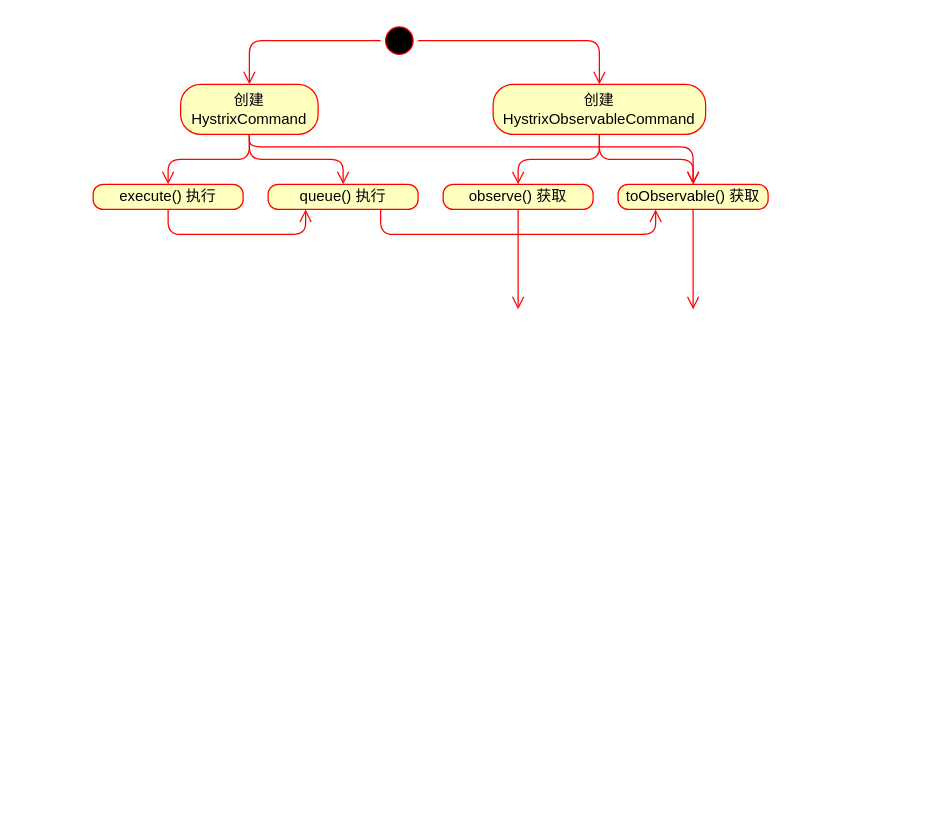
Earlier version of the draw.io diagram Untitled Diagram.drawio (Woobhurk/tyz-pic-repo). Source tidied: cells renumbered, new cells numbered last; positions are measured from the earlier drawing's top-left corner, leaving out a move shared by most shapes. Both pictures are drawn from the tidied source at 125%, with x=0, y=0 at pixel (92, 21).
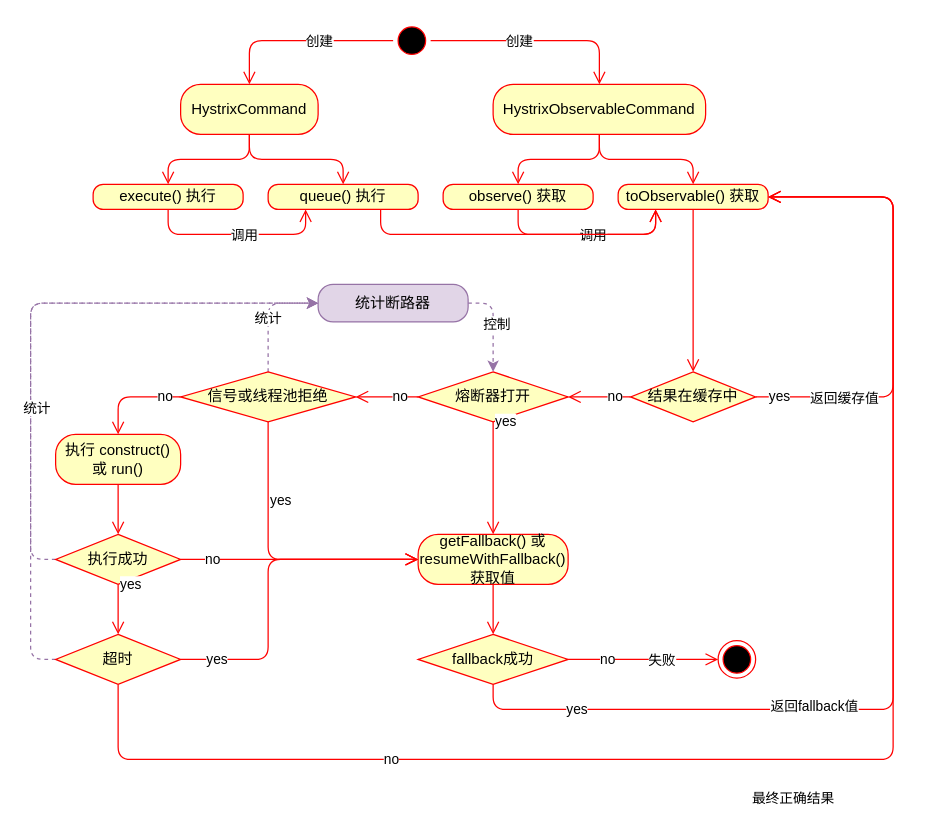
The same diagram, later.

Diff of the diagram source:
```diff
@@
-    <mxCell id="2" style="ellipse;html=1;shape=startState;fillColor=#000000;strokeColor=#ff0000;shadow=0;" parent="1" vertex="1">
-      <mxGeometry x="230" width="30" height="30" as="geometry" />
+    <mxCell id="2" style="ellipse;html=1;shape=startState;fillColor=#000000;strokeColor=#ff0000;shadow=0;verticalAlign=middle;" parent="1" vertex="1">
+      <mxGeometry x="240" width="30" height="30" as="geometry" />
     </mxCell>
-    <mxCell id="3" style="edgeStyle=orthogonalEdgeStyle;html=1;verticalAlign=bottom;endArrow=open;endSize=8;strokeColor=#ff0000;exitX=0;exitY=0.5;exitDx=0;exitDy=0;entryX=0.5;entryY=0;entryDx=0;entryDy=0;shadow=0;" parent="1" edge="1" source="2" target="5">
+    <mxCell id="3" style="edgeStyle=orthogonalEdgeStyle;html=1;verticalAlign=middle;endArrow=open;endSize=8;strokeColor=#ff0000;exitX=0;exitY=0.5;exitDx=0;exitDy=0;entryX=0.5;entryY=0;entryDx=0;entryDy=0;shadow=0;rounded=1;" parent="1" edge="1" source="2" target="5">
       <mxGeometry relative="1" as="geometry" />
     </mxCell>
+    <mxCell id="20" value="创建" style="edgeLabel;html=1;align=center;verticalAlign=middle;" parent="3" vertex="1">
+      <mxGeometry x="0.23" y="-1" relative="1" as="geometry">
+        <mxPoint x="32" y="1" as="offset" />
+      </mxGeometry>
+    </mxCell>
-    <mxCell id="4" style="edgeStyle=orthogonalEdgeStyle;html=1;verticalAlign=bottom;endArrow=open;endSize=8;strokeColor=#ff0000;exitX=1;exitY=0.5;exitDx=0;exitDy=0;entryX=0.5;entryY=0;entryDx=0;entryDy=0;shadow=0;" parent="1" edge="1" source="2" target="7">
+    <mxCell id="4" style="edgeStyle=orthogonalEdgeStyle;html=1;verticalAlign=middle;endArrow=open;endSize=8;strokeColor=#ff0000;exitX=1;exitY=0.5;exitDx=0;exitDy=0;entryX=0.5;entryY=0;entryDx=0;entryDy=0;shadow=0;rounded=1;" parent="1" edge="1" source="2" target="7">
       <mxGeometry relative="1" as="geometry" />
     </mxCell>
+    <mxCell id="21" value="创建" style="edgeLabel;html=1;align=center;verticalAlign=middle;" parent="4" vertex="1">
+      <mxGeometry x="0.08" y="-3" relative="1" as="geometry">
+        <mxPoint x="-22" y="-3" as="offset" />
+      </mxGeometry>
+    </mxCell>
-    <mxCell id="5" value="创建HystrixCommand" style="rounded=1;whiteSpace=wrap;html=1;arcSize=40;fontColor=#000000;fillColor=#ffffc0;strokeColor=#ff0000;shadow=0;" parent="1" vertex="1">
+    <mxCell id="5" value="HystrixCommand" style="rounded=1;whiteSpace=wrap;html=1;arcSize=40;fontColor=#000000;fillColor=#ffffc0;strokeColor=#ff0000;shadow=0;verticalAlign=middle;" parent="1" vertex="1">
       <mxGeometry x="70" y="50" width="110" height="40" as="geometry" />
     </mxCell>
-    <mxCell id="6" style="edgeStyle=orthogonalEdgeStyle;html=1;verticalAlign=bottom;endArrow=open;endSize=8;strokeColor=#ff0000;shadow=0;" parent="1" edge="1" source="5" target="9">
+    <mxCell id="6" style="edgeStyle=orthogonalEdgeStyle;html=1;verticalAlign=middle;endArrow=open;endSize=8;strokeColor=#ff0000;shadow=0;rounded=1;" parent="1" edge="1" source="5" target="9">
       <mxGeometry relative="1" as="geometry" />
     </mxCell>
-    <mxCell id="7" value="创建HystrixObservableCommand" style="rounded=1;whiteSpace=wrap;html=1;arcSize=40;fontColor=#000000;fillColor=#ffffc0;strokeColor=#ff0000;shadow=0;" parent="1" vertex="1">
+    <mxCell id="7" value="HystrixObservableCommand" style="rounded=1;whiteSpace=wrap;html=1;arcSize=40;fontColor=#000000;fillColor=#ffffc0;strokeColor=#ff0000;shadow=0;verticalAlign=middle;" parent="1" vertex="1">
       <mxGeometry x="320" y="50" width="170" height="40" as="geometry" />
     </mxCell>
-    <mxCell id="8" style="edgeStyle=orthogonalEdgeStyle;html=1;verticalAlign=bottom;endArrow=open;endSize=8;strokeColor=#ff0000;shadow=0;entryX=0.5;entryY=0;entryDx=0;entryDy=0;" parent="1" edge="1" source="7" target="14">
+    <mxCell id="8" style="edgeStyle=orthogonalEdgeStyle;html=1;verticalAlign=middle;endArrow=open;endSize=8;strokeColor=#ff0000;shadow=0;entryX=0.5;entryY=0;entryDx=0;entryDy=0;rounded=1;" parent="1" edge="1" source="7" target="14">
       <mxGeometry relative="1" as="geometry" />
     </mxCell>
-    <mxCell id="9" value="execute() 执行" style="rounded=1;whiteSpace=wrap;html=1;arcSize=40;fontColor=#000000;fillColor=#ffffc0;strokeColor=#ff0000;shadow=0;" parent="1" vertex="1">
+    <mxCell id="9" value="execute() 执行" style="rounded=1;whiteSpace=wrap;html=1;arcSize=40;fontColor=#000000;fillColor=#ffffc0;strokeColor=#ff0000;shadow=0;verticalAlign=middle;" parent="1" vertex="1">
       <mxGeometry y="130" width="120" height="20" as="geometry" />
     </mxCell>
-    <mxCell id="10" style="edgeStyle=orthogonalEdgeStyle;html=1;verticalAlign=bottom;endArrow=open;endSize=8;strokeColor=#ff0000;shadow=0;entryX=0.25;entryY=1;entryDx=0;entryDy=0;exitX=0.5;exitY=1;exitDx=0;exitDy=0;" parent="1" edge="1" source="9" target="11">
+    <mxCell id="10" style="edgeStyle=orthogonalEdgeStyle;html=1;verticalAlign=middle;endArrow=open;endSize=8;strokeColor=#ff0000;shadow=0;entryX=0.25;entryY=1;entryDx=0;entryDy=0;exitX=0.5;exitY=1;exitDx=0;exitDy=0;rounded=1;" parent="1" edge="1" source="9" target="11">
       <mxGeometry relative="1" as="geometry">
         <Array as="points">
           <mxPoint x="60" y="170" />
           <mxPoint x="170" y="170" />
         </Array>
       </mxGeometry>
     </mxCell>
+    <mxCell id="22" value="调用" style="edgeLabel;html=1;align=center;verticalAlign=middle;" parent="10" vertex="1">
+      <mxGeometry x="0.21" y="-4" relative="1" as="geometry">
+        <mxPoint x="-11" y="-4" as="offset" />
+      </mxGeometry>
+    </mxCell>
-    <mxCell id="11" value="queue() 执行" style="rounded=1;whiteSpace=wrap;html=1;arcSize=40;fontColor=#000000;fillColor=#ffffc0;strokeColor=#ff0000;shadow=0;" parent="1" vertex="1">
+    <mxCell id="11" value="queue() 执行" style="rounded=1;whiteSpace=wrap;html=1;arcSize=40;fontColor=#000000;fillColor=#ffffc0;strokeColor=#ff0000;shadow=0;verticalAlign=middle;" parent="1" vertex="1">
       <mxGeometry x="140" y="130" width="120" height="20" as="geometry" />
     </mxCell>
-    <mxCell id="12" style="edgeStyle=orthogonalEdgeStyle;html=1;verticalAlign=bottom;endArrow=open;endSize=8;strokeColor=#ff0000;shadow=0;exitX=0.75;exitY=1;exitDx=0;exitDy=0;entryX=0.25;entryY=1;entryDx=0;entryDy=0;" parent="1" edge="1" source="11" target="17">
+    <mxCell id="12" style="edgeStyle=orthogonalEdgeStyle;html=1;verticalAlign=middle;endArrow=open;endSize=8;strokeColor=#ff0000;shadow=0;exitX=0.75;exitY=1;exitDx=0;exitDy=0;entryX=0.25;entryY=1;entryDx=0;entryDy=0;rounded=1;" parent="1" edge="1" source="11" target="17">
       <mxGeometry relative="1" as="geometry">
         <Array as="points">
           <mxPoint x="230" y="170" />
           <mxPoint x="450" y="170" />
         </Array>
       </mxGeometry>
     </mxCell>
+    <mxCell id="23" value="调用" style="edgeLabel;html=1;align=center;verticalAlign=middle;" parent="12" vertex="1">
+      <mxGeometry x="-0.12" y="-2" relative="1" as="geometry">
+        <mxPoint x="75" y="-2" as="offset" />
+      </mxGeometry>
+    </mxCell>
-    <mxCell id="13" style="edgeStyle=orthogonalEdgeStyle;html=1;verticalAlign=bottom;endArrow=open;endSize=8;strokeColor=#ff0000;exitX=0.5;exitY=1;exitDx=0;exitDy=0;entryX=0.5;entryY=0;entryDx=0;entryDy=0;shadow=0;" parent="1" edge="1" source="5" target="11">
+    <mxCell id="13" style="edgeStyle=orthogonalEdgeStyle;html=1;verticalAlign=middle;endArrow=open;endSize=8;strokeColor=#ff0000;exitX=0.5;exitY=1;exitDx=0;exitDy=0;entryX=0.5;entryY=0;entryDx=0;entryDy=0;shadow=0;rounded=1;" parent="1" edge="1" source="5" target="11">
       <mxGeometry relative="1" as="geometry" />
     </mxCell>
-    <mxCell id="14" value="observe() 获取" style="rounded=1;whiteSpace=wrap;html=1;arcSize=40;fontColor=#000000;fillColor=#ffffc0;strokeColor=#ff0000;shadow=0;" parent="1" vertex="1">
+    <mxCell id="14" value="observe() 获取" style="rounded=1;whiteSpace=wrap;html=1;arcSize=40;fontColor=#000000;fillColor=#ffffc0;strokeColor=#ff0000;shadow=0;verticalAlign=middle;" parent="1" vertex="1">
       <mxGeometry x="280" y="130" width="120" height="20" as="geometry" />
     </mxCell>
-    <mxCell id="15" style="edgeStyle=orthogonalEdgeStyle;html=1;verticalAlign=bottom;endArrow=open;endSize=8;strokeColor=#ff0000;shadow=0;" parent="1" edge="1" source="14">
+    <mxCell id="15" style="edgeStyle=orthogonalEdgeStyle;html=1;verticalAlign=middle;endArrow=open;endSize=8;strokeColor=#ff0000;shadow=0;entryX=0.25;entryY=1;entryDx=0;entryDy=0;exitX=0.5;exitY=1;exitDx=0;exitDy=0;rounded=1;" parent="1" edge="1" source="14" target="17">
       <mxGeometry relative="1" as="geometry">
-        <mxPoint x="340" y="230" as="targetPoint" />
+        <Array as="points">
+          <mxPoint x="340" y="170" />
+          <mxPoint x="450" y="170" />
+        </Array>
       </mxGeometry>
     </mxCell>
-    <mxCell id="16" style="edgeStyle=orthogonalEdgeStyle;html=1;verticalAlign=bottom;endArrow=open;endSize=8;strokeColor=#ff0000;shadow=0;exitX=0.5;exitY=1;exitDx=0;exitDy=0;entryX=0.5;entryY=0;entryDx=0;entryDy=0;" parent="1" edge="1" source="7" target="17">
+    <mxCell id="16" style="edgeStyle=orthogonalEdgeStyle;html=1;verticalAlign=middle;endArrow=open;endSize=8;strokeColor=#ff0000;shadow=0;exitX=0.5;exitY=1;exitDx=0;exitDy=0;entryX=0.5;entryY=0;entryDx=0;entryDy=0;rounded=1;" parent="1" edge="1" source="7" target="17">
       <mxGeometry relative="1" as="geometry" />
     </mxCell>
-    <mxCell id="17" value="toObservable() 获取" style="rounded=1;whiteSpace=wrap;html=1;arcSize=40;fontColor=#000000;fillColor=#ffffc0;strokeColor=#ff0000;shadow=0;" parent="1" vertex="1">
+    <mxCell id="17" value="toObservable() 获取" style="rounded=1;whiteSpace=wrap;html=1;arcSize=40;fontColor=#000000;fillColor=#ffffc0;strokeColor=#ff0000;shadow=0;verticalAlign=middle;" parent="1" vertex="1">
       <mxGeometry x="420" y="130" width="120" height="20" as="geometry" />
     </mxCell>
-    <mxCell id="18" style="edgeStyle=orthogonalEdgeStyle;html=1;verticalAlign=bottom;endArrow=open;endSize=8;strokeColor=#ff0000;shadow=0;" parent="1" edge="1" source="17">
-      <mxGeometry relative="1" as="geometry">
-        <mxPoint x="480" y="230" as="targetPoint" />
-      </mxGeometry>
+    <mxCell id="18" style="edgeStyle=orthogonalEdgeStyle;html=1;verticalAlign=middle;endArrow=open;endSize=8;strokeColor=#ff0000;shadow=0;entryX=0.5;entryY=0;entryDx=0;entryDy=0;rounded=1;" parent="1" edge="1" source="17" target="24">
+      <mxGeometry relative="1" as="geometry" />
     </mxCell>
-    <mxCell id="19" style="edgeStyle=orthogonalEdgeStyle;html=1;verticalAlign=bottom;endArrow=open;endSize=8;strokeColor=#ff0000;exitX=0.5;exitY=1;exitDx=0;exitDy=0;entryX=0.5;entryY=0;entryDx=0;entryDy=0;shadow=0;" parent="1" edge="1" source="5" target="17">
-      <mxGeometry relative="1" as="geometry">
-        <Array as="points">
-          <mxPoint x="125" y="100" />
-          <mxPoint x="480" y="100" />
-        </Array>
-      </mxGeometry>
-    </mxCell>
+    <mxCell id="24" value="结果在缓存中" style="rhombus;whiteSpace=wrap;html=1;fillColor=#ffffc0;strokeColor=#ff0000;shadow=0;verticalAlign=middle;" parent="1" vertex="1">
+      <mxGeometry x="430" y="280" width="100" height="40" as="geometry" />
+    </mxCell>
+    <mxCell id="25" value="no" style="edgeStyle=orthogonalEdgeStyle;html=1;align=left;verticalAlign=middle;endArrow=open;endSize=8;strokeColor=#ff0000;shadow=0;exitX=0;exitY=0.5;exitDx=0;exitDy=0;entryX=1;entryY=0.5;entryDx=0;entryDy=0;rounded=1;" parent="1" edge="1" source="24" target="28">
+      <mxGeometry x="-0.2" relative="1" as="geometry" />
+    </mxCell>
+    <mxCell id="26" value="yes" style="edgeStyle=orthogonalEdgeStyle;html=1;align=left;verticalAlign=middle;endArrow=open;endSize=8;strokeColor=#ff0000;shadow=0;exitX=1;exitY=0.5;exitDx=0;exitDy=0;entryX=1;entryY=0.5;entryDx=0;entryDy=0;rounded=1;" parent="1" edge="1" source="24" target="17">
+      <mxGeometry x="-0.95" relative="1" as="geometry">
+        <Array as="points">
+          <mxPoint x="640" y="300" />
+          <mxPoint x="640" y="140" />
+        </Array>
+      </mxGeometry>
+    </mxCell>
+    <mxCell id="27" value="返回缓存值" style="edgeLabel;html=1;align=center;verticalAlign=middle;" parent="26" vertex="1">
+      <mxGeometry x="-0.42" y="-2" relative="1" as="geometry">
+        <mxPoint x="-37" y="-2" as="offset" />
+      </mxGeometry>
+    </mxCell>
+    <mxCell id="28" value="熔断器打开" style="rhombus;whiteSpace=wrap;html=1;fillColor=#ffffc0;strokeColor=#ff0000;shadow=0;verticalAlign=middle;" parent="1" vertex="1">
+      <mxGeometry x="260" y="280" width="120" height="40" as="geometry" />
+    </mxCell>
+    <mxCell id="29" value="no" style="edgeStyle=orthogonalEdgeStyle;html=1;align=left;verticalAlign=middle;endArrow=open;endSize=8;strokeColor=#ff0000;shadow=0;exitX=0;exitY=0.5;exitDx=0;exitDy=0;entryX=1;entryY=0.5;entryDx=0;entryDy=0;rounded=1;" parent="1" edge="1" source="28" target="40">
+      <mxGeometry x="-0.11" relative="1" as="geometry" />
+    </mxCell>
+    <mxCell id="30" value="yes" style="edgeStyle=orthogonalEdgeStyle;html=1;align=left;verticalAlign=middle;endArrow=open;endSize=8;strokeColor=#ff0000;shadow=0;exitX=0.5;exitY=1;exitDx=0;exitDy=0;entryX=0.5;entryY=0;entryDx=0;entryDy=0;rounded=1;" parent="1" edge="1" source="28" target="31">
+      <mxGeometry x="-1" relative="1" as="geometry" />
+    </mxCell>
+    <mxCell id="31" value="getFallback() 或 resumeWithFallback() 获取值" style="rounded=1;whiteSpace=wrap;html=1;arcSize=40;fontColor=#000000;fillColor=#ffffc0;strokeColor=#ff0000;shadow=0;verticalAlign=middle;" parent="1" vertex="1">
+      <mxGeometry x="260" y="410" width="120" height="40" as="geometry" />
+    </mxCell>
+    <mxCell id="32" style="edgeStyle=orthogonalEdgeStyle;html=1;verticalAlign=middle;endArrow=open;endSize=8;strokeColor=#ff0000;shadow=0;entryX=0.5;entryY=0;entryDx=0;entryDy=0;rounded=1;" parent="1" edge="1" source="31" target="33">
+      <mxGeometry relative="1" as="geometry" />
+    </mxCell>
+    <mxCell id="33" value="fallback成功" style="rhombus;whiteSpace=wrap;html=1;fillColor=#ffffc0;strokeColor=#ff0000;shadow=0;verticalAlign=middle;" parent="1" vertex="1">
+      <mxGeometry x="260" y="490" width="120" height="40" as="geometry" />
+    </mxCell>
+    <mxCell id="34" value="no" style="edgeStyle=orthogonalEdgeStyle;html=1;align=left;verticalAlign=middle;endArrow=open;endSize=8;strokeColor=#ff0000;shadow=0;entryX=0;entryY=0.5;entryDx=0;entryDy=0;rounded=1;" parent="1" edge="1" source="33" target="55">
+      <mxGeometry x="-0.6" relative="1" as="geometry" />
+    </mxCell>
+    <mxCell id="35" value="失败" style="edgeLabel;html=1;align=center;verticalAlign=middle;" parent="34" vertex="1">
+      <mxGeometry x="0.23" relative="1" as="geometry" />
+    </mxCell>
+    <mxCell id="36" value="yes" style="edgeStyle=orthogonalEdgeStyle;html=1;align=left;verticalAlign=middle;endArrow=open;endSize=8;strokeColor=#ff0000;shadow=0;entryX=1;entryY=0.5;entryDx=0;entryDy=0;exitX=0.5;exitY=1;exitDx=0;exitDy=0;rounded=1;" parent="1" edge="1" source="33" target="17">
+      <mxGeometry x="-0.82" relative="1" as="geometry">
+        <Array as="points">
+          <mxPoint x="320" y="550" />
+          <mxPoint x="640" y="550" />
+          <mxPoint x="640" y="140" />
+        </Array>
+      </mxGeometry>
+    </mxCell>
+    <mxCell id="37" value="返回fallback值" style="edgeLabel;html=1;align=center;verticalAlign=middle;" parent="36" vertex="1">
+      <mxGeometry x="-0.35" y="3" relative="1" as="geometry" />
+    </mxCell>
+    <mxCell id="38" style="edgeStyle=orthogonalEdgeStyle;jettySize=auto;html=1;exitX=0.5;exitY=0;exitDx=0;exitDy=0;entryX=0;entryY=0.5;entryDx=0;entryDy=0;shadow=0;dashed=1;verticalAlign=middle;strokeColor=#9673a6;fillColor=#e1d5e7;rounded=1;" parent="1" edge="1" source="40" target="58">
+      <mxGeometry relative="1" as="geometry" />
+    </mxCell>
+    <mxCell id="39" value="统计" style="edgeLabel;html=1;align=center;verticalAlign=middle;" parent="38" vertex="1">
+      <mxGeometry x="-0.08" y="1" relative="1" as="geometry" />
+    </mxCell>
+    <mxCell id="40" value="信号或线程池拒绝" style="rhombus;whiteSpace=wrap;html=1;fillColor=#ffffc0;strokeColor=#ff0000;shadow=0;verticalAlign=middle;" parent="1" vertex="1">
+      <mxGeometry x="70" y="280" width="140" height="40" as="geometry" />
+    </mxCell>
+    <mxCell id="41" value="no" style="edgeStyle=orthogonalEdgeStyle;html=1;align=left;verticalAlign=middle;endArrow=open;endSize=8;strokeColor=#ff0000;shadow=0;exitX=0;exitY=0.5;exitDx=0;exitDy=0;entryX=0.5;entryY=0;entryDx=0;entryDy=0;rounded=1;" parent="1" edge="1" source="40" target="43">
+      <mxGeometry x="-0.5" relative="1" as="geometry" />
+    </mxCell>
+    <mxCell id="42" value="yes" style="edgeStyle=orthogonalEdgeStyle;html=1;align=left;verticalAlign=middle;endArrow=open;endSize=8;strokeColor=#ff0000;shadow=0;entryX=0;entryY=0.5;entryDx=0;entryDy=0;exitX=0.5;exitY=1;exitDx=0;exitDy=0;rounded=1;" parent="1" edge="1" source="40" target="31">
+      <mxGeometry x="-0.45" relative="1" as="geometry">
+        <Array as="points">
+          <mxPoint x="140" y="430" />
+        </Array>
+      </mxGeometry>
+    </mxCell>
+    <mxCell id="43" value="执行 construct() 或 run()" style="rounded=1;whiteSpace=wrap;html=1;arcSize=40;fontColor=#000000;fillColor=#ffffc0;strokeColor=#ff0000;shadow=0;verticalAlign=middle;" parent="1" vertex="1">
+      <mxGeometry x="-30" y="330" width="100" height="40" as="geometry" />
+    </mxCell>
+    <mxCell id="44" style="edgeStyle=orthogonalEdgeStyle;html=1;verticalAlign=middle;endArrow=open;endSize=8;strokeColor=#ff0000;shadow=0;entryX=0.5;entryY=0;entryDx=0;entryDy=0;rounded=1;" parent="1" edge="1" source="43" target="46">
+      <mxGeometry relative="1" as="geometry" />
+    </mxCell>
+    <mxCell id="45" style="edgeStyle=orthogonalEdgeStyle;jettySize=auto;html=1;exitX=0;exitY=0.5;exitDx=0;exitDy=0;entryX=0;entryY=0.5;entryDx=0;entryDy=0;shadow=0;dashed=1;strokeColor=#9673a6;fillColor=#e1d5e7;rounded=1;" parent="1" edge="1" source="46" target="58">
+      <mxGeometry relative="1" as="geometry" />
+    </mxCell>
+    <mxCell id="46" value="执行成功" style="rhombus;whiteSpace=wrap;html=1;fillColor=#ffffc0;strokeColor=#ff0000;shadow=0;verticalAlign=middle;" parent="1" vertex="1">
+      <mxGeometry x="-30" y="410" width="100" height="40" as="geometry" />
+    </mxCell>
+    <mxCell id="47" value="no" style="edgeStyle=orthogonalEdgeStyle;html=1;align=left;verticalAlign=middle;endArrow=open;endSize=8;strokeColor=#ff0000;shadow=0;entryX=0;entryY=0.5;entryDx=0;entryDy=0;rounded=1;" parent="1" edge="1" source="46" target="31">
+      <mxGeometry x="-0.81" relative="1" as="geometry">
+        <Array as="points">
+          <mxPoint x="210" y="430" />
+          <mxPoint x="210" y="430" />
+        </Array>
+      </mxGeometry>
+    </mxCell>
+    <mxCell id="48" value="yes" style="edgeStyle=orthogonalEdgeStyle;html=1;align=left;verticalAlign=middle;endArrow=open;endSize=8;strokeColor=#ff0000;shadow=0;entryX=0.5;entryY=0;entryDx=0;entryDy=0;rounded=1;" parent="1" edge="1" source="46" target="51">
+      <mxGeometry x="-1" relative="1" as="geometry" />
+    </mxCell>
+    <mxCell id="49" style="edgeStyle=orthogonalEdgeStyle;jettySize=auto;html=1;exitX=0;exitY=0.5;exitDx=0;exitDy=0;entryX=0;entryY=0.5;entryDx=0;entryDy=0;shadow=0;dashed=1;strokeColor=#9673a6;fillColor=#e1d5e7;rounded=1;" parent="1" edge="1" source="51" target="58">
+      <mxGeometry relative="1" as="geometry" />
+    </mxCell>
+    <mxCell id="50" value="统计" style="edgeLabel;html=1;align=center;verticalAlign=middle;" parent="49" vertex="1">
+      <mxGeometry x="-0.17" y="-4" relative="1" as="geometry" />
+    </mxCell>
+    <mxCell id="51" value="超时" style="rhombus;whiteSpace=wrap;html=1;fillColor=#ffffc0;strokeColor=#ff0000;shadow=0;verticalAlign=middle;" parent="1" vertex="1">
+      <mxGeometry x="-30" y="490" width="100" height="40" as="geometry" />
+    </mxCell>
+    <mxCell id="52" value="no" style="edgeStyle=orthogonalEdgeStyle;html=1;align=left;verticalAlign=middle;endArrow=open;endSize=8;strokeColor=#ff0000;shadow=0;exitX=0.5;exitY=1;exitDx=0;exitDy=0;entryX=1;entryY=0.5;entryDx=0;entryDy=0;rounded=1;" parent="1" edge="1" source="51" target="17">
+      <mxGeometry x="-0.56" relative="1" as="geometry">
+        <Array as="points">
+          <mxPoint x="20" y="590" />
+          <mxPoint x="640" y="590" />
+          <mxPoint x="640" y="140" />
+        </Array>
+      </mxGeometry>
+    </mxCell>
+    <mxCell id="53" value="最终正确结果" style="edgeLabel;html=1;align=center;verticalAlign=middle;" parent="52" vertex="1">
+      <mxGeometry x="-0.34" y="-2" relative="1" as="geometry">
+        <mxPoint x="193" y="28" as="offset" />
+      </mxGeometry>
+    </mxCell>
+    <mxCell id="54" value="yes" style="edgeStyle=orthogonalEdgeStyle;html=1;align=left;verticalAlign=middle;endArrow=open;endSize=8;strokeColor=#ff0000;shadow=0;exitX=1;exitY=0.5;exitDx=0;exitDy=0;entryX=0;entryY=0.5;entryDx=0;entryDy=0;rounded=1;" parent="1" edge="1" source="51" target="31">
+      <mxGeometry x="-0.86" relative="1" as="geometry">
+        <Array as="points">
+          <mxPoint x="140" y="510" />
+          <mxPoint x="140" y="430" />
+        </Array>
+      </mxGeometry>
+    </mxCell>
+    <mxCell id="55" style="ellipse;html=1;shape=endState;fillColor=#000000;strokeColor=#ff0000;shadow=0;verticalAlign=middle;" parent="1" vertex="1">
+      <mxGeometry x="500" y="495" width="30" height="30" as="geometry" />
+    </mxCell>
+    <mxCell id="56" style="edgeStyle=orthogonalEdgeStyle;jettySize=auto;html=1;exitX=1;exitY=0.5;exitDx=0;exitDy=0;entryX=0.5;entryY=0;entryDx=0;entryDy=0;shadow=0;dashed=1;verticalAlign=middle;strokeColor=#9673a6;fillColor=#e1d5e7;rounded=1;" parent="1" edge="1" source="58" target="28">
+      <mxGeometry relative="1" as="geometry" />
+    </mxCell>
+    <mxCell id="57" value="控制" style="edgeLabel;html=1;align=center;verticalAlign=middle;" parent="56" vertex="1">
+      <mxGeometry x="-0.04" y="2" relative="1" as="geometry" />
+    </mxCell>
+    <mxCell id="58" value="统计断路器" style="rounded=1;whiteSpace=wrap;html=1;arcSize=40;fillColor=#e1d5e7;strokeColor=#9673a6;shadow=0;verticalAlign=middle;glass=0;" parent="1" vertex="1">
+      <mxGeometry x="180" y="210" width="120" height="30" as="geometry" />
+    </mxCell>
```
